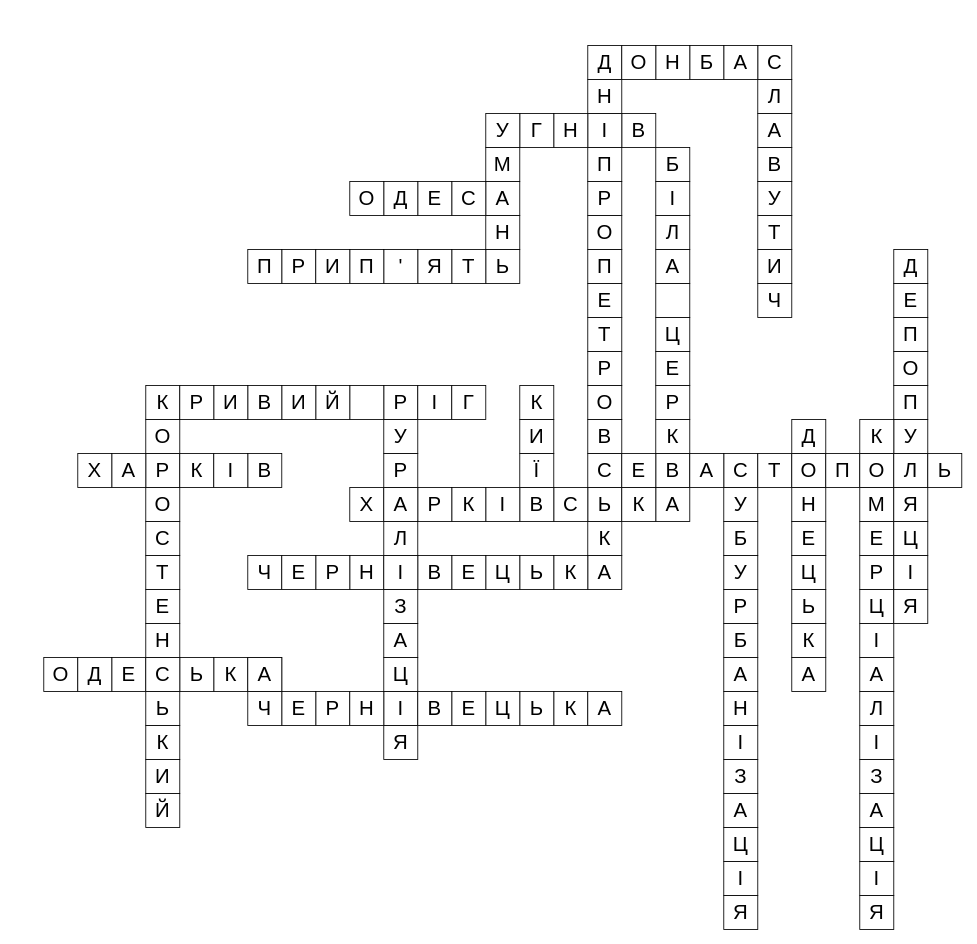
GeorgeShvab/diagrams keeps this draw.io diagram as Копія Crossword.drawio. Above is the earlier version. Source tidied: cells renumbered, new cells numbered last; positions are measured from the earlier drawing's top-left corner, leaving out a move shared by most shapes. Both pictures are drawn from the tidied source at 85%, with x=0, y=0 at pixel (43, 45).
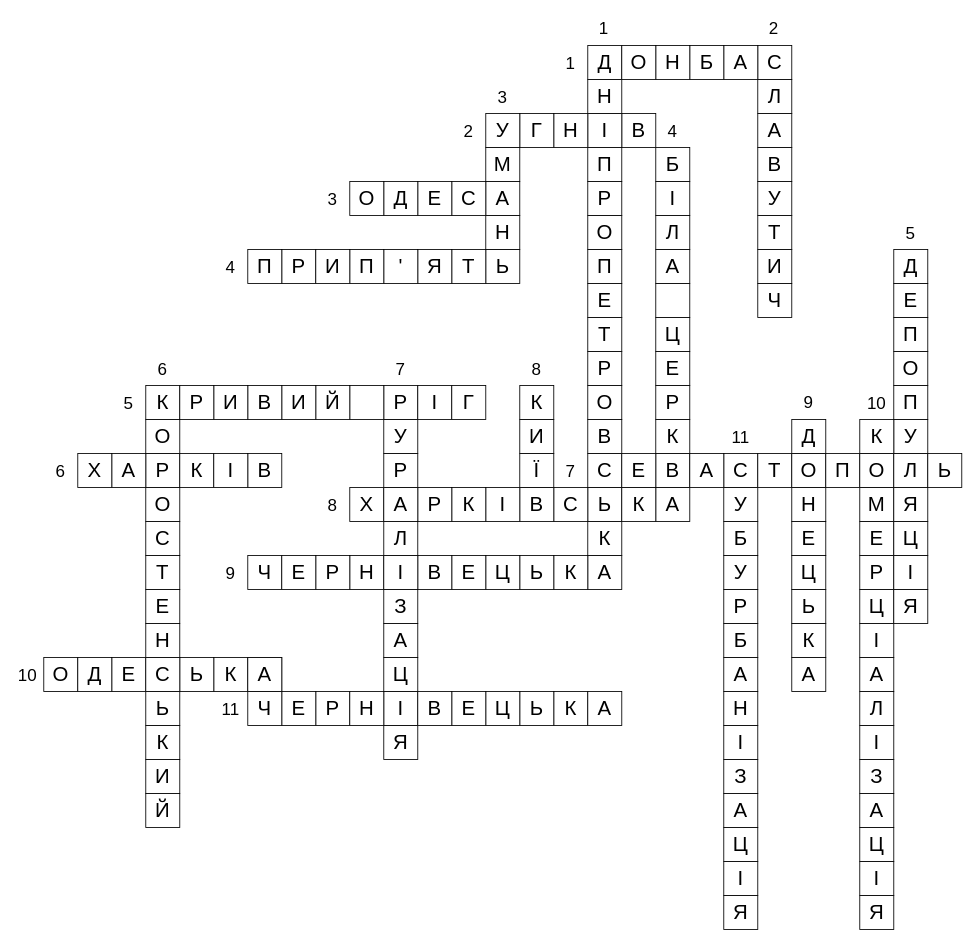
The same page after the edit.

Diff of the diagram source:
```diff
@@
+    <mxCell id="186" value="1" style="text;html=1;strokeColor=none;fillColor=none;align=center;verticalAlign=middle;whiteSpace=wrap;rounded=0;fontSize=20;" parent="1" vertex="1">
+      <mxGeometry x="605" y="5" width="30" height="30" as="geometry" />
+    </mxCell>
+    <mxCell id="187" value="2" style="text;html=1;strokeColor=none;fillColor=none;align=center;verticalAlign=middle;whiteSpace=wrap;rounded=0;fontSize=20;" parent="1" vertex="1">
+      <mxGeometry x="485" y="85" width="30" height="30" as="geometry" />
+    </mxCell>
+    <mxCell id="188" value="3" style="text;html=1;strokeColor=none;fillColor=none;align=center;verticalAlign=middle;whiteSpace=wrap;rounded=0;fontSize=20;" parent="1" vertex="1">
+      <mxGeometry x="325" y="165" width="30" height="30" as="geometry" />
+    </mxCell>
+    <mxCell id="189" value="4" style="text;html=1;strokeColor=none;fillColor=none;align=center;verticalAlign=middle;whiteSpace=wrap;rounded=0;fontSize=20;" parent="1" vertex="1">
+      <mxGeometry x="205" y="245" width="30" height="30" as="geometry" />
+    </mxCell>
+    <mxCell id="190" value="5" style="text;html=1;strokeColor=none;fillColor=none;align=center;verticalAlign=middle;whiteSpace=wrap;rounded=0;fontSize=20;" parent="1" vertex="1">
+      <mxGeometry x="85" y="405" width="30" height="30" as="geometry" />
+    </mxCell>
+    <mxCell id="191" value="6" style="text;html=1;strokeColor=none;fillColor=none;align=center;verticalAlign=middle;whiteSpace=wrap;rounded=0;fontSize=20;" parent="1" vertex="1">
+      <mxGeometry x="5" y="485" width="30" height="30" as="geometry" />
+    </mxCell>
+    <mxCell id="192" value="7" style="text;html=1;strokeColor=none;fillColor=none;align=center;verticalAlign=middle;whiteSpace=wrap;rounded=0;fontSize=20;" parent="1" vertex="1">
+      <mxGeometry x="605" y="485" width="30" height="30" as="geometry" />
+    </mxCell>
+    <mxCell id="193" value="8" style="text;html=1;strokeColor=none;fillColor=none;align=center;verticalAlign=middle;whiteSpace=wrap;rounded=0;fontSize=20;" parent="1" vertex="1">
+      <mxGeometry x="325" y="525" width="30" height="30" as="geometry" />
+    </mxCell>
+    <mxCell id="194" value="9" style="text;html=1;strokeColor=none;fillColor=none;align=center;verticalAlign=middle;whiteSpace=wrap;rounded=0;fontSize=20;" parent="1" vertex="1">
+      <mxGeometry x="205" y="605" width="30" height="30" as="geometry" />
+    </mxCell>
+    <mxCell id="195" value="10" style="text;html=1;strokeColor=none;fillColor=none;align=center;verticalAlign=middle;whiteSpace=wrap;rounded=0;fontSize=20;" parent="1" vertex="1">
+      <mxGeometry x="-34" y="725" width="30" height="30" as="geometry" />
+    </mxCell>
+    <mxCell id="196" value="11" style="text;html=1;strokeColor=none;fillColor=none;align=center;verticalAlign=middle;whiteSpace=wrap;rounded=0;fontSize=20;" parent="1" vertex="1">
+      <mxGeometry x="205" y="765" width="30" height="30" as="geometry" />
+    </mxCell>
+    <mxCell id="197" value="1" style="text;html=1;strokeColor=none;fillColor=none;align=center;verticalAlign=middle;whiteSpace=wrap;rounded=0;fontSize=20;" parent="1" vertex="1">
+      <mxGeometry x="644" y="-36" width="30" height="30" as="geometry" />
+    </mxCell>
+    <mxCell id="198" value="2" style="text;html=1;strokeColor=none;fillColor=none;align=center;verticalAlign=middle;whiteSpace=wrap;rounded=0;fontSize=20;" parent="1" vertex="1">
+      <mxGeometry x="844" y="-36" width="30" height="30" as="geometry" />
+    </mxCell>
+    <mxCell id="199" value="3" style="text;html=1;strokeColor=none;fillColor=none;align=center;verticalAlign=middle;whiteSpace=wrap;rounded=0;fontSize=20;" parent="1" vertex="1">
+      <mxGeometry x="525" y="45" width="30" height="30" as="geometry" />
+    </mxCell>
+    <mxCell id="200" value="4" style="text;html=1;strokeColor=none;fillColor=none;align=center;verticalAlign=middle;whiteSpace=wrap;rounded=0;fontSize=20;" parent="1" vertex="1">
+      <mxGeometry x="725" y="85" width="30" height="30" as="geometry" />
+    </mxCell>
+    <mxCell id="201" value="5" style="text;html=1;strokeColor=none;fillColor=none;align=center;verticalAlign=middle;whiteSpace=wrap;rounded=0;fontSize=20;" parent="1" vertex="1">
+      <mxGeometry x="1005" y="205" width="30" height="30" as="geometry" />
+    </mxCell>
+    <mxCell id="202" value="6" style="text;html=1;strokeColor=none;fillColor=none;align=center;verticalAlign=middle;whiteSpace=wrap;rounded=0;fontSize=20;" parent="1" vertex="1">
+      <mxGeometry x="125" y="365" width="30" height="30" as="geometry" />
+    </mxCell>
+    <mxCell id="203" value="7" style="text;html=1;strokeColor=none;fillColor=none;align=center;verticalAlign=middle;whiteSpace=wrap;rounded=0;fontSize=20;" parent="1" vertex="1">
+      <mxGeometry x="405" y="365" width="30" height="30" as="geometry" />
+    </mxCell>
+    <mxCell id="204" value="8" style="text;html=1;strokeColor=none;fillColor=none;align=center;verticalAlign=middle;whiteSpace=wrap;rounded=0;fontSize=20;" parent="1" vertex="1">
+      <mxGeometry x="565" y="365" width="30" height="30" as="geometry" />
+    </mxCell>
+    <mxCell id="205" value="9" style="text;html=1;strokeColor=none;fillColor=none;align=center;verticalAlign=middle;whiteSpace=wrap;rounded=0;fontSize=20;" parent="1" vertex="1">
+      <mxGeometry x="885" y="404" width="30" height="30" as="geometry" />
+    </mxCell>
+    <mxCell id="206" value="10" style="text;html=1;strokeColor=none;fillColor=none;align=center;verticalAlign=middle;whiteSpace=wrap;rounded=0;fontSize=20;" parent="1" vertex="1">
+      <mxGeometry x="965" y="405" width="30" height="30" as="geometry" />
+    </mxCell>
+    <mxCell id="207" value="11" style="text;html=1;strokeColor=none;fillColor=none;align=center;verticalAlign=middle;whiteSpace=wrap;rounded=0;fontSize=20;" parent="1" vertex="1">
+      <mxGeometry x="805" y="445" width="30" height="30" as="geometry" />
+    </mxCell>
```
